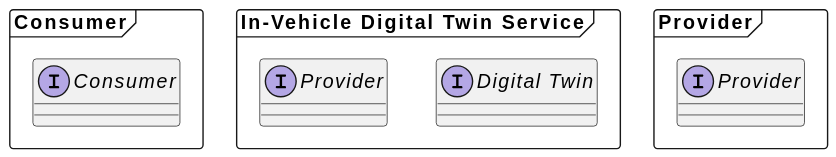
This is docs/design/diagrams/ibeji_component.svg from eclipse-ibeji/ibeji, a PlantUML export, as it was before one commit. Source of this version:
```plantuml
@startuml
frame "Consumer" {
  interface "Consumer" as ConsumerInterface
}

frame "In-Vehicle Digital Twin Service" {
  interface "Digital Twin" as DigitalTwinInterface
  interface "Provider" as DTProviderInterface
}

frame "Provider" {
  interface "Provider" as ProviderInterface
}
@enduml
```
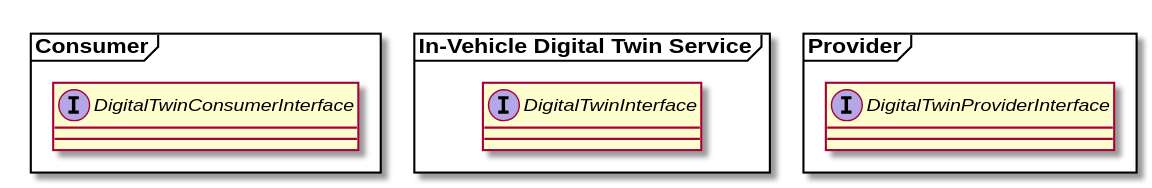
The same file after the commit.

Change to the diagram source:
```diff
@@ -1,14 +1,15 @@
 @startuml
+
 frame "Consumer" {
-  interface "Consumer" as ConsumerInterface
+  interface DigitalTwinConsumerInterface
 }
 
 frame "In-Vehicle Digital Twin Service" {
-  interface "Digital Twin" as DigitalTwinInterface
-  interface "Provider" as DTProviderInterface
+  interface DigitalTwinInterface
 }
 
 frame "Provider" {
-  interface "Provider" as ProviderInterface
+  interface DigitalTwinProviderInterface
 }
+
 @enduml
```
